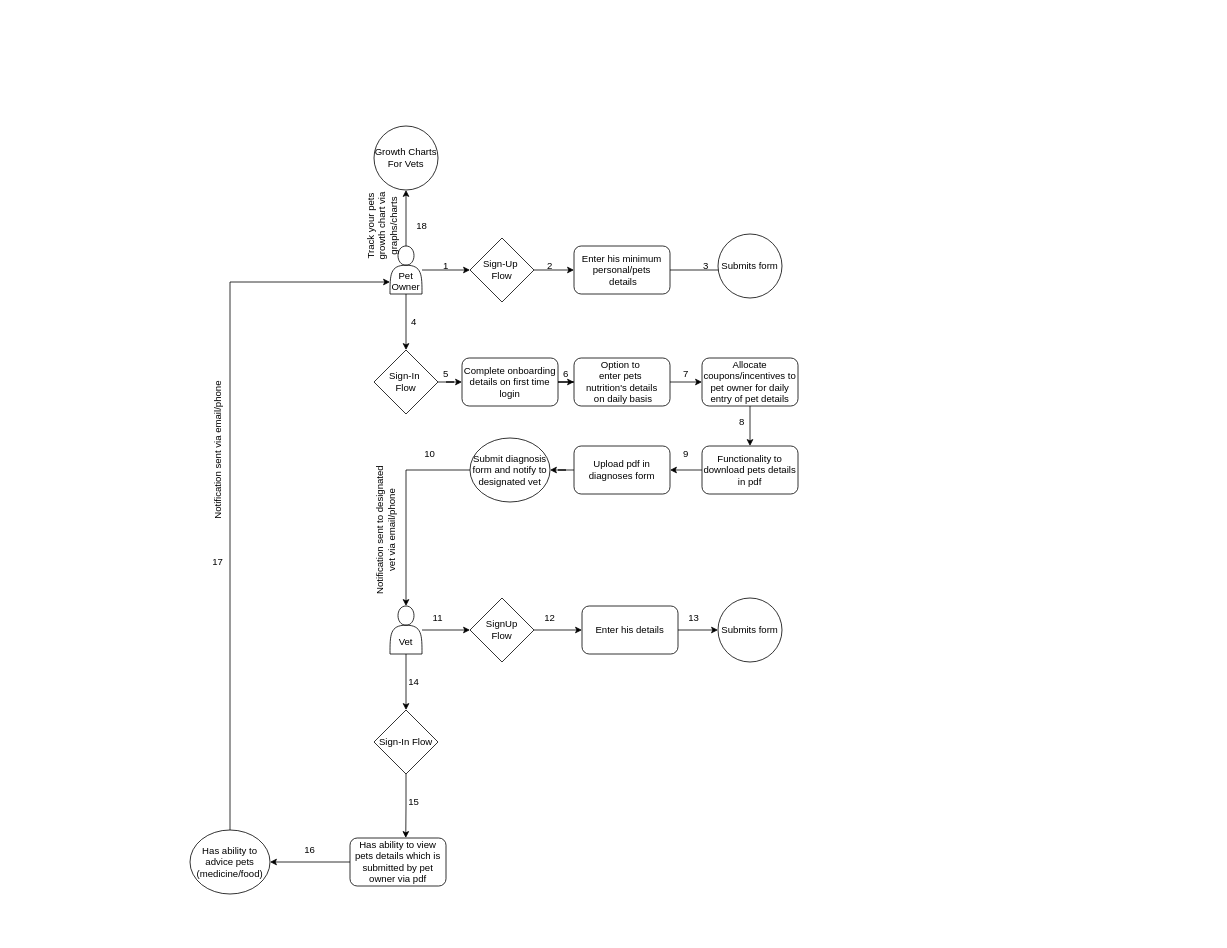
This is Pet-App-Flow.drawio from namanchopra21087/design-documents, a draw.io file, before an edit. Source tidied: cells renumbered, new cells numbered last; positions are measured from the earlier drawing's top-left corner, leaving out a move shared by most shapes. Both pictures are drawn from the tidied source at 80%, with x=0, y=0 at pixel (14, 126).
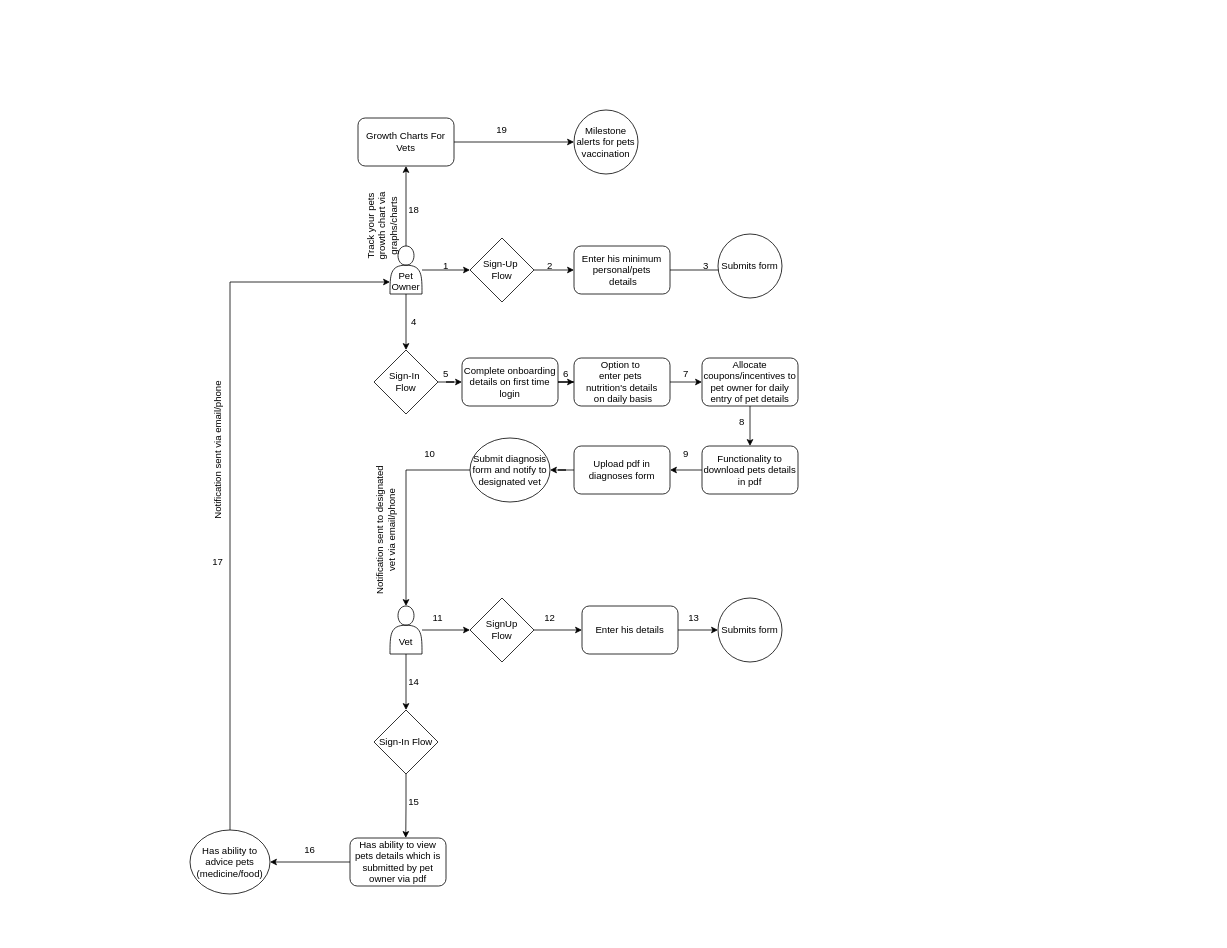
After the change.

The change refers to these unchanged cells:
```xml
<mxCell id="7" value="&lt;div&gt;&lt;br&gt;&lt;/div&gt;&lt;div&gt;&lt;br&gt;&lt;/div&gt;Pet Owner" style="shape=actor;whiteSpace=wrap;html=1;" parent="1" vertex="1">
  <mxGeometry x="470" y="150" width="40" height="60" as="geometry" />
</mxCell>
```

The edit, as a diff of the source:
```diff
@@
-    <mxCell id="6" style="edgeStyle=orthogonalEdgeStyle;rounded=0;jettySize=auto;html=1;" parent="1" edge="1" source="7" target="66">
-      <mxGeometry relative="1" as="geometry" />
-    </mxCell>
+    <mxCell id="69" style="edgeStyle=orthogonalEdgeStyle;rounded=0;jettySize=auto;html=1;entryX=0.5;entryY=1;entryDx=0;entryDy=0;" parent="1" edge="1" source="7" target="71">
+      <mxGeometry relative="1" as="geometry" />
+    </mxCell>
@@
-    <mxCell id="33" value="&amp;nbsp;" style="text;html=1;align=center;verticalAlign=middle;whiteSpace=wrap;rounded=0;" parent="1" vertex="1">
-      <mxGeometry x="850" y="40" width="60" height="30" as="geometry" />
-    </mxCell>
@@
-    <mxCell id="66" value="Growth Charts For Vets" style="ellipse;whiteSpace=wrap;html=1;" parent="1" vertex="1">
-      <mxGeometry x="450" width="80" height="80" as="geometry" />
+    <mxCell id="66" value="Milestone alerts for pets vaccination" style="ellipse;whiteSpace=wrap;html=1;" parent="1" vertex="1">
+      <mxGeometry x="700" y="-20" width="80" height="80" as="geometry" />
     </mxCell>
@@
     <mxCell id="68" value="18" style="text;html=1;align=center;verticalAlign=middle;whiteSpace=wrap;rounded=0;" parent="1" vertex="1">
-      <mxGeometry x="480" y="110" width="60" height="30" as="geometry" />
+      <mxGeometry x="470" y="90" width="60" height="30" as="geometry" />
     </mxCell>
+    <mxCell id="70" style="edgeStyle=orthogonalEdgeStyle;rounded=0;jettySize=auto;html=1;entryX=0;entryY=0.5;entryDx=0;entryDy=0;" parent="1" edge="1" source="71" target="66">
+      <mxGeometry relative="1" as="geometry" />
+    </mxCell>
+    <mxCell id="71" value="Growth Charts For Vets" style="rounded=1;whiteSpace=wrap;html=1;" parent="1" vertex="1">
+      <mxGeometry x="430" y="-10" width="120" height="60" as="geometry" />
+    </mxCell>
+    <mxCell id="72" value="19" style="text;html=1;align=center;verticalAlign=middle;whiteSpace=wrap;rounded=0;" parent="1" vertex="1">
+      <mxGeometry x="580" y="-10" width="60" height="30" as="geometry" />
+    </mxCell>
+    <mxCell id="73" value="&amp;nbsp;&amp;nbsp;" style="text;html=1;align=center;verticalAlign=middle;whiteSpace=wrap;rounded=0;" parent="1" vertex="1">
+      <mxGeometry x="570" y="-140" width="60" height="30" as="geometry" />
+    </mxCell>
```
